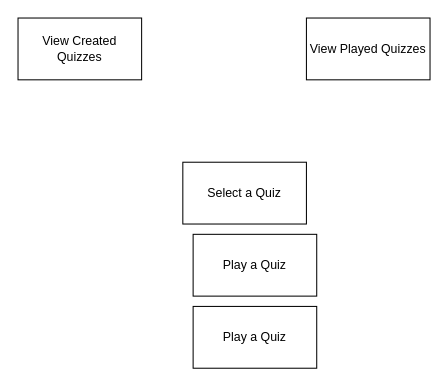
Above: page "Dashboard" (4 of 7) of User Flow.drawio in Etipriya/tri-via-hub (draw.io), before the change. Source tidied: cells renumbered, new cells numbered last; positions are measured from the earlier drawing's top-left corner, leaving out a move shared by most shapes. Both pictures are drawn from the tidied source at 103%, with x=0, y=0 at pixel (18, 18).
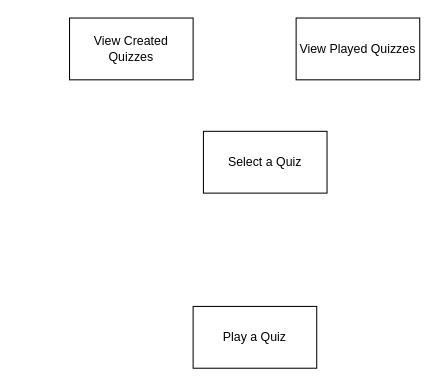
The same page after the edit.

Diff of the diagram source:
```diff
@@
 <mxGraphModel>
   <root>
     <mxCell id="0" />
     <mxCell id="1" parent="0" />
     <mxCell id="2" value="View Created Quizzes" style="rounded=0;whiteSpace=wrap;html=1;" parent="1" vertex="1">
-      <mxGeometry width="120" height="60" as="geometry" />
+      <mxGeometry x="50" width="120" height="60" as="geometry" />
     </mxCell>
     <mxCell id="3" value="View Played Quizzes" style="rounded=0;whiteSpace=wrap;html=1;" parent="1" vertex="1">
-      <mxGeometry x="280" width="120" height="60" as="geometry" />
+      <mxGeometry x="270" width="120" height="60" as="geometry" />
     </mxCell>
     <mxCell id="4" value="Select a Quiz" style="rounded=0;whiteSpace=wrap;html=1;" parent="1" vertex="1">
-      <mxGeometry x="160" y="140" width="120" height="60" as="geometry" />
+      <mxGeometry x="180" y="110" width="120" height="60" as="geometry" />
     </mxCell>
-    <mxCell id="5" value="Play a Quiz" style="rounded=0;whiteSpace=wrap;html=1;" parent="1" vertex="1">
-      <mxGeometry x="170" y="210" width="120" height="60" as="geometry" />
-    </mxCell>
     <mxCell id="6" value="Play a Quiz" style="rounded=0;whiteSpace=wrap;html=1;" parent="1" vertex="1">
       <mxGeometry x="170" y="280" width="120" height="60" as="geometry" />
     </mxCell>
   </root>
 </mxGraphModel>
```
